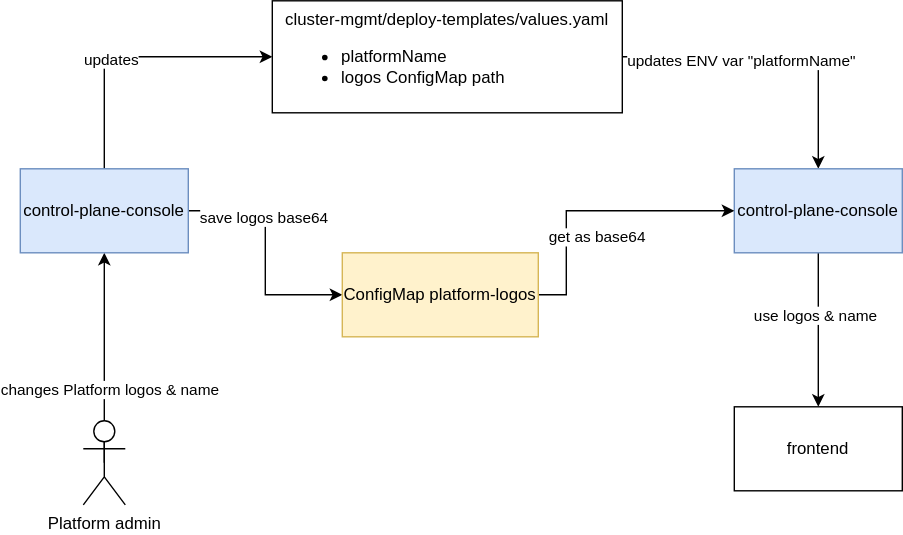
This is docs/ua/modules/arch/images/architecture-workspace/platform-evolution/logo/logo_platform.svg from epam/edp-ddm-architecture, a draw.io export, as it was before one commit. Source tidied: cells renumbered, new cells last; positions are measured from the earlier drawing's top-left corner, leaving out a move shared by most shapes. Source of this version:
```xml
<mxGraphModel>
  <root>
    <mxCell id="0" />
    <mxCell id="1" parent="0" />
    <mxCell id="2" style="edgeStyle=orthogonalEdgeStyle;rounded=0;jettySize=auto;html=1;entryX=0.5;entryY=0;entryDx=0;entryDy=0;" parent="1" edge="1" source="6" target="9">
      <mxGeometry relative="1" as="geometry" />
    </mxCell>
    <mxCell id="3" value="updates ENV var &quot;platformName&quot;" style="edgeLabel;html=1;align=center;verticalAlign=middle;" parent="2" vertex="1">
      <mxGeometry x="-0.24" y="-2" relative="1" as="geometry" />
    </mxCell>
    <mxCell id="4" style="edgeStyle=orthogonalEdgeStyle;rounded=0;jettySize=auto;html=1;entryX=0;entryY=0.5;entryDx=0;entryDy=0;" parent="1" edge="1" source="16" target="19">
      <mxGeometry relative="1" as="geometry" />
    </mxCell>
    <mxCell id="5" value="save logos base64" style="edgeLabel;html=1;align=center;verticalAlign=middle;" parent="4" vertex="1">
      <mxGeometry x="-0.3" y="-2" relative="1" as="geometry" />
    </mxCell>
    <mxCell id="6" value="cluster-mgmt/deploy-templates/values.yaml&lt;br&gt;&lt;ul&gt;&lt;li style=&quot;text-align: left;&quot;&gt;platformName&lt;/li&gt;&lt;li style=&quot;text-align: left;&quot;&gt;logos ConfigMap path&lt;/li&gt;&lt;/ul&gt;" style="rounded=0;whiteSpace=wrap;html=1;" parent="1" vertex="1">
      <mxGeometry x="180" width="250" height="80" as="geometry" />
    </mxCell>
    <mxCell id="7" style="edgeStyle=orthogonalEdgeStyle;rounded=0;jettySize=auto;html=1;exitX=0.5;exitY=1;exitDx=0;exitDy=0;" parent="1" edge="1" source="9" target="13">
      <mxGeometry relative="1" as="geometry" />
    </mxCell>
    <mxCell id="8" value="use logos &amp;amp; name" style="edgeLabel;html=1;align=center;verticalAlign=middle;" parent="7" vertex="1">
      <mxGeometry x="-0.2" y="-3" relative="1" as="geometry" />
    </mxCell>
    <mxCell id="9" value="control-plane-console" style="rounded=0;whiteSpace=wrap;html=1;fillColor=#dae8fc;strokeColor=#6c8ebf;" parent="1" vertex="1">
      <mxGeometry x="510" y="120" width="120" height="60" as="geometry" />
    </mxCell>
    <mxCell id="10" style="edgeStyle=orthogonalEdgeStyle;rounded=0;jettySize=auto;html=1;exitX=0.5;exitY=0.5;exitDx=0;exitDy=0;exitPerimeter=0;" parent="1" edge="1" source="12" target="16">
      <mxGeometry relative="1" as="geometry" />
    </mxCell>
    <mxCell id="11" value="changes Platform logos &amp;amp; name" style="edgeLabel;html=1;align=center;verticalAlign=middle;" parent="10" vertex="1">
      <mxGeometry x="-0.3" y="-3" relative="1" as="geometry" />
    </mxCell>
    <mxCell id="12" value="Platform admin" style="shape=umlActor;verticalLabelPosition=bottom;verticalAlign=top;html=1;outlineConnect=0;" parent="1" vertex="1">
      <mxGeometry x="45" y="300" width="30" height="60" as="geometry" />
    </mxCell>
    <mxCell id="13" value="frontend" style="rounded=0;whiteSpace=wrap;html=1;" parent="1" vertex="1">
      <mxGeometry x="510" y="290" width="120" height="60" as="geometry" />
    </mxCell>
    <mxCell id="14" style="edgeStyle=orthogonalEdgeStyle;rounded=0;jettySize=auto;html=1;exitX=0.5;exitY=0;exitDx=0;exitDy=0;entryX=0;entryY=0.5;entryDx=0;entryDy=0;" parent="1" edge="1" source="16" target="6">
      <mxGeometry relative="1" as="geometry" />
    </mxCell>
    <mxCell id="15" value="updates" style="edgeLabel;html=1;align=center;verticalAlign=middle;" parent="14" vertex="1">
      <mxGeometry x="-0.21" y="-4" relative="1" as="geometry" />
    </mxCell>
    <mxCell id="16" value="control-plane-console" style="rounded=0;whiteSpace=wrap;html=1;fillColor=#dae8fc;strokeColor=#6c8ebf;" parent="1" vertex="1">
      <mxGeometry y="120" width="120" height="60" as="geometry" />
    </mxCell>
    <mxCell id="17" style="edgeStyle=orthogonalEdgeStyle;rounded=0;jettySize=auto;html=1;" parent="1" edge="1" source="19" target="9">
      <mxGeometry relative="1" as="geometry">
        <Array as="points">
          <mxPoint x="390" y="150" />
        </Array>
      </mxGeometry>
    </mxCell>
    <mxCell id="18" value="get as base64" style="edgeLabel;html=1;align=center;verticalAlign=middle;" parent="17" vertex="1">
      <mxGeometry x="-0.41" y="-3" relative="1" as="geometry">
        <mxPoint x="18" y="-3" as="offset" />
      </mxGeometry>
    </mxCell>
    <mxCell id="19" value="ConfigMap platform-logos" style="rounded=0;whiteSpace=wrap;html=1;fillColor=#fff2cc;strokeColor=#d6b656;" parent="1" vertex="1">
      <mxGeometry x="230" y="180" width="140" height="60" as="geometry" />
    </mxCell>
  </root>
</mxGraphModel>
```
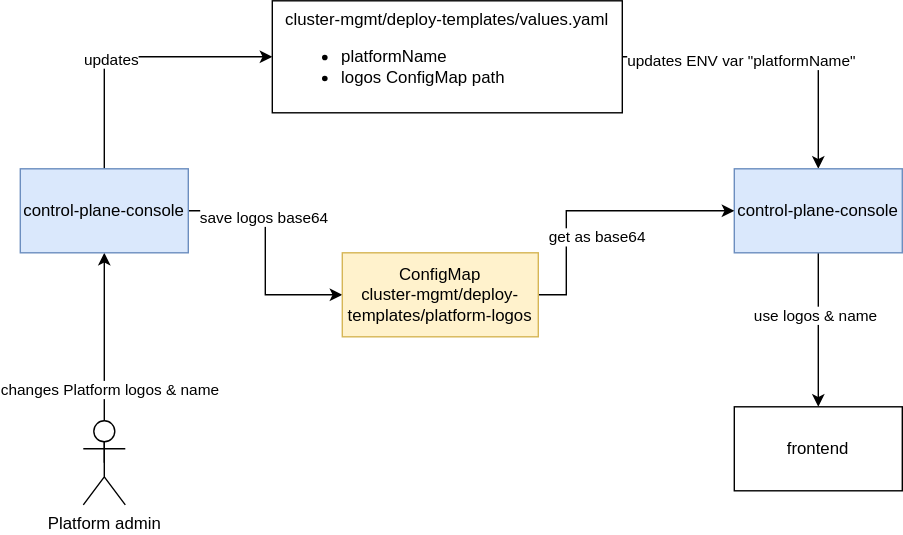
The same file after the commit.

The edit, as a diff of the source:
```diff
@@ -59,7 +59,7 @@
         <mxPoint x="18" y="-3" as="offset" />
       </mxGeometry>
     </mxCell>
-    <mxCell id="19" value="ConfigMap platform-logos" style="rounded=0;whiteSpace=wrap;html=1;fillColor=#fff2cc;strokeColor=#d6b656;" parent="1" vertex="1">
+    <mxCell id="19" value="ConfigMap &lt;br&gt;cluster-mgmt/deploy-templates/platform-logos" style="rounded=0;whiteSpace=wrap;html=1;fillColor=#fff2cc;strokeColor=#d6b656;" parent="1" vertex="1">
       <mxGeometry x="230" y="180" width="140" height="60" as="geometry" />
     </mxCell>
   </root>
```
